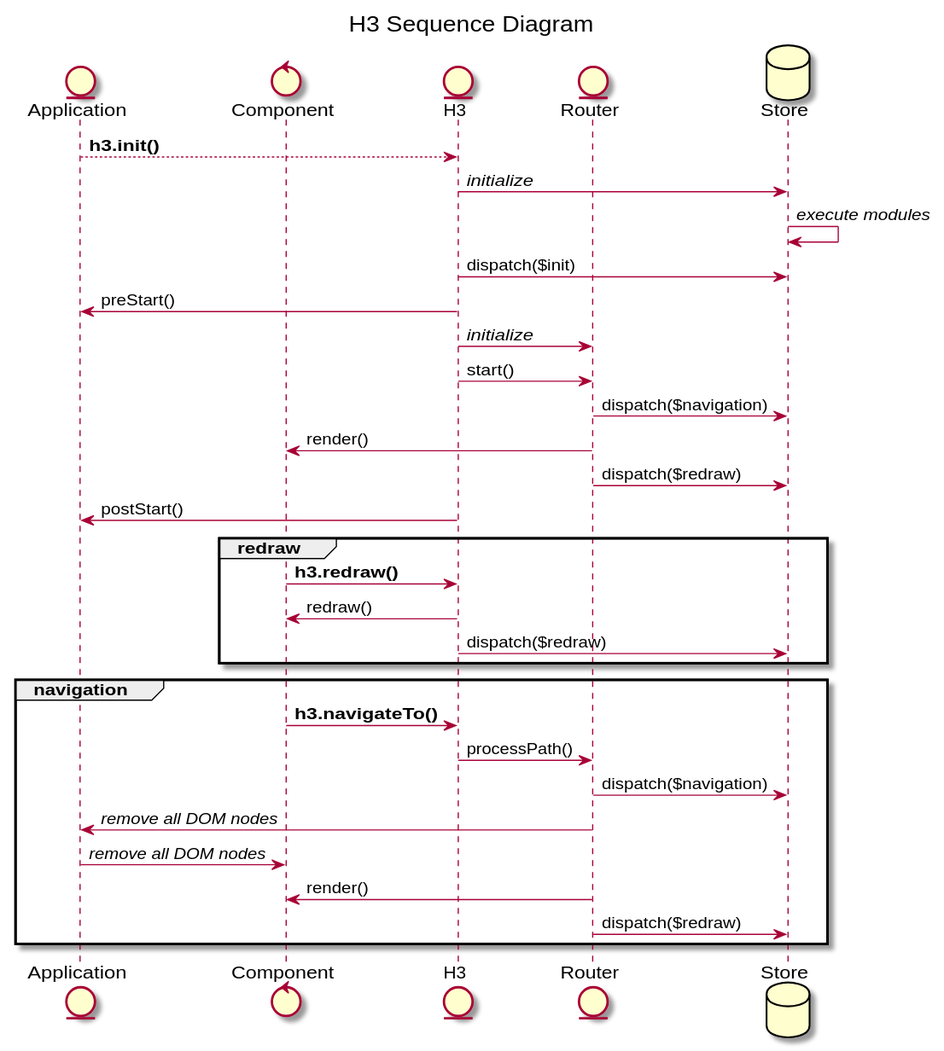
Above: docs/images/h3.sequence.svg in h3rald/h3 (PlantUML), before the change.
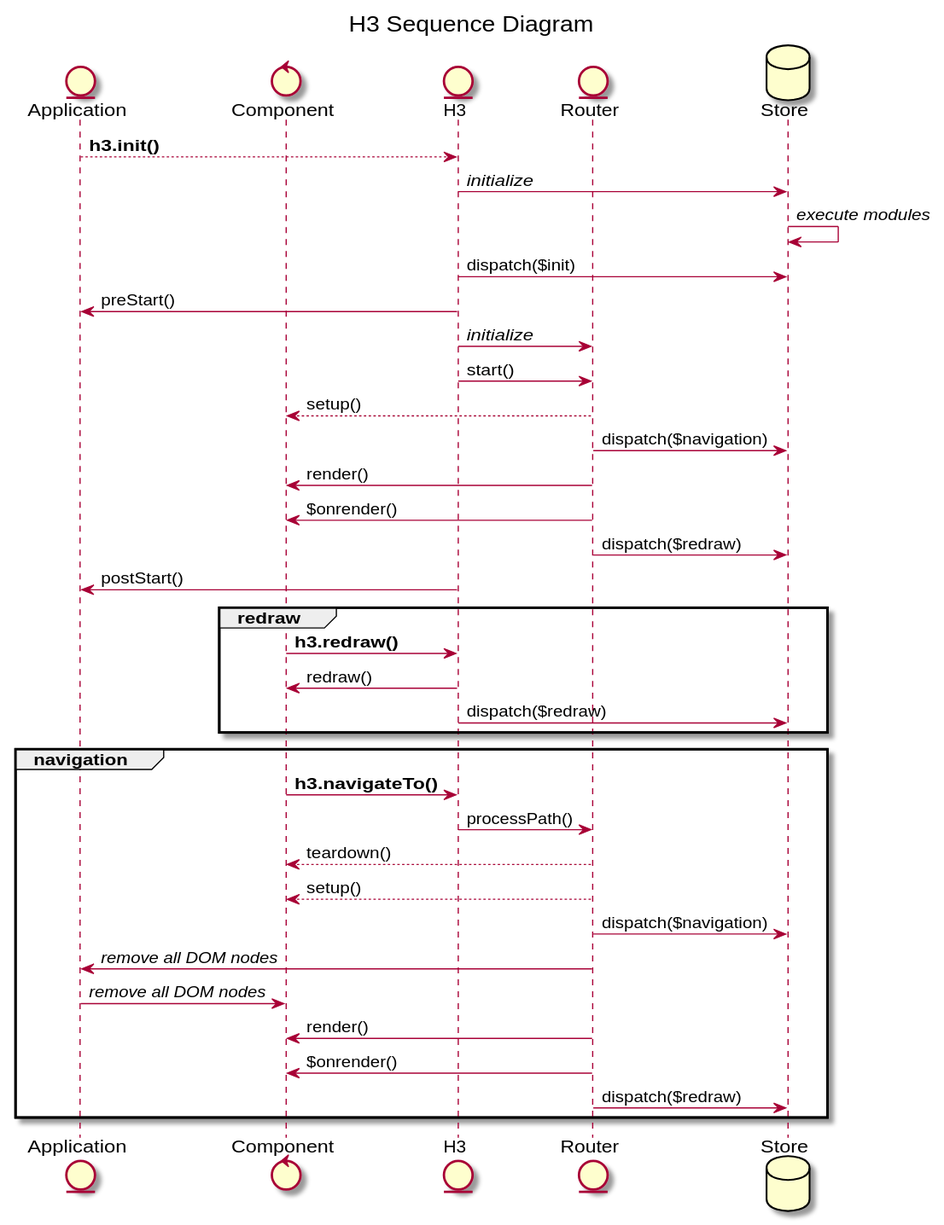
Above is the later version.

The edit, as a diff of the source:
```diff
@@ -14,8 +14,10 @@
 H3 -> Application : preStart()
 H3 -> Router : //initialize//
 H3 -> Router : start()
+Router --> Component : setup()
 Router -> Store: dispatch($navigation)
 Router -> Component : render()
+Router -> Component : $onrender()
 Router -> Store: dispatch($redraw)
 
 H3 -> Application : postStart()
@@ -29,10 +31,13 @@
 group navigation
     Component -> H3 : <b>h3.navigateTo()</b>
     H3 -> Router : processPath()
+    Router --> Component : teardown()
+    Router --> Component : setup()
     Router -> Store: dispatch($navigation)
     Router -> Application : //remove all DOM nodes//
     Application -> Component : //remove all DOM nodes//
     Router -> Component : render()
+    Router -> Component : $onrender()
     Router -> Store: dispatch($redraw)
 
 end
```
